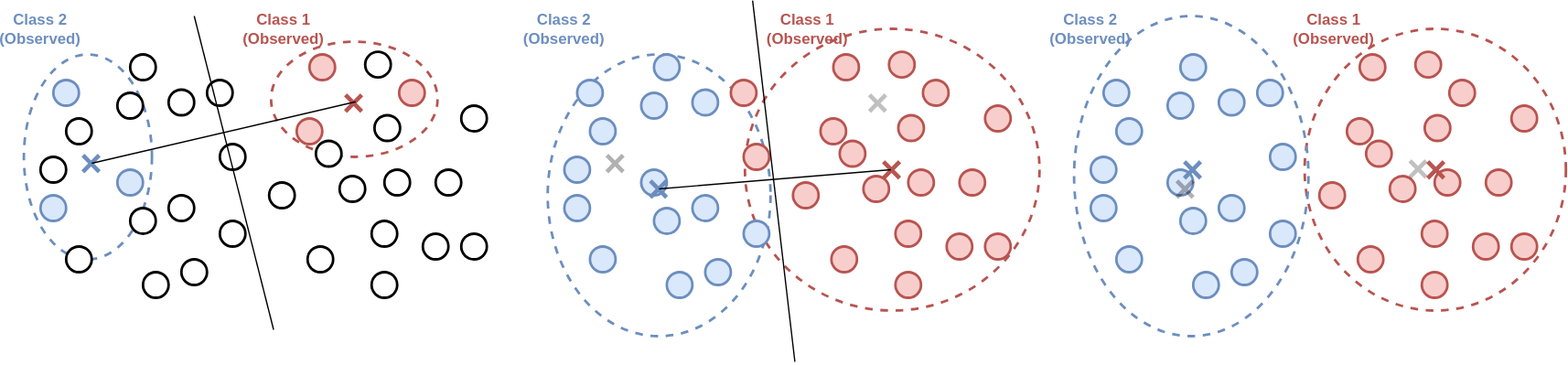
Before: semi_kmeans.svg, a diagram exported from draw.io (yyhtbs-yye/course_images). Source tidied: cells renumbered, new cells last; positions are measured from the earlier drawing's top-left corner, leaving out a move shared by most shapes.
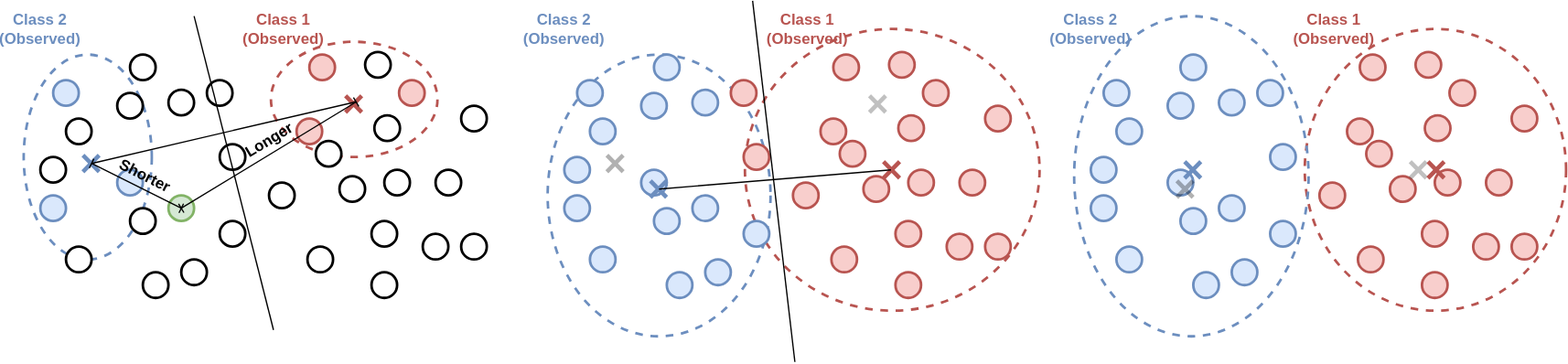
The same diagram one commit later.

Diff of the diagram source:
```diff
@@ -35,7 +35,7 @@
     <mxCell id="12" style="ellipse;whiteSpace=wrap;html=1;strokeWidth=2;" parent="1" vertex="1">
       <mxGeometry x="100" y="162" width="20" height="20" as="geometry" />
     </mxCell>
-    <mxCell id="13" style="ellipse;whiteSpace=wrap;html=1;strokeWidth=2;" parent="1" vertex="1">
+    <mxCell id="13" style="ellipse;whiteSpace=wrap;html=1;strokeWidth=2;fillColor=#d5e8d4;strokeColor=#82b366;" parent="1" vertex="1">
       <mxGeometry x="130" y="152" width="20" height="20" as="geometry" />
     </mxCell>
     <mxCell id="14" style="ellipse;whiteSpace=wrap;html=1;strokeWidth=2;" parent="1" vertex="1">
@@ -380,5 +380,23 @@
     <mxCell id="123" value="×" style="text;html=1;align=center;verticalAlign=middle;whiteSpace=wrap;rounded=0;fontStyle=1;fontSize=30;fillColor=none;strokeColor=none;opacity=30;fontColor=#B85450;" parent="1" vertex="1">
       <mxGeometry x="1110" y="122" width="20" height="20" as="geometry" />
     </mxCell>
+    <mxCell id="124" style="endArrow=baseDash;html=1;rounded=0;endFill=0;startArrow=baseDash;startFill=0;" parent="1" edge="1">
+      <mxGeometry relative="1" as="geometry">
+        <mxPoint x="140" y="162" as="sourcePoint" />
+        <mxPoint x="70" y="127" as="targetPoint" />
+      </mxGeometry>
+    </mxCell>
+    <mxCell id="125" style="endArrow=baseDash;html=1;rounded=0;endFill=0;startArrow=baseDash;startFill=0;" parent="1" edge="1">
+      <mxGeometry relative="1" as="geometry">
+        <mxPoint x="140" y="162" as="sourcePoint" />
+        <mxPoint x="276.5" y="79" as="targetPoint" />
+      </mxGeometry>
+    </mxCell>
+    <mxCell id="126" value="Shorter" style="text;html=1;strokeColor=none;fillColor=none;align=center;verticalAlign=middle;whiteSpace=wrap;rounded=0;rotation=26.9;fontStyle=1;" parent="1" vertex="1">
+      <mxGeometry x="82" y="122" width="60" height="30" as="geometry" />
+    </mxCell>
+    <mxCell id="127" value="Longer" style="text;html=1;strokeColor=none;fillColor=none;align=center;verticalAlign=middle;whiteSpace=wrap;rounded=0;rotation=-31.1;fontStyle=1;" parent="1" vertex="1">
+      <mxGeometry x="179" y="94" width="60" height="30" as="geometry" />
+    </mxCell>
   </root>
 </mxGraphModel>
```
